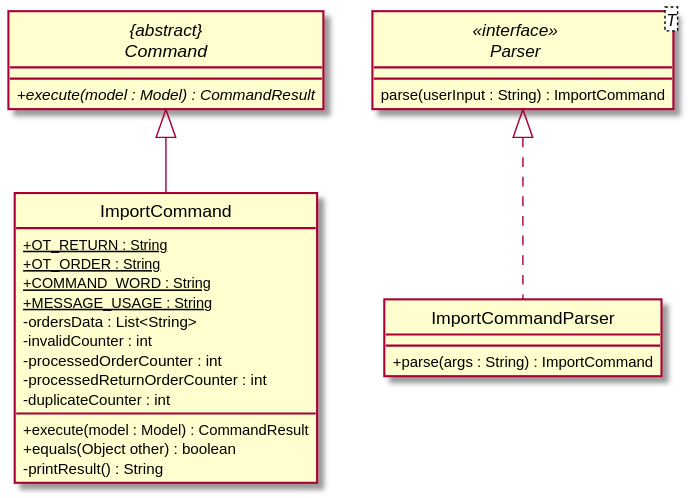
Above: docs/images/ImportClassDiagram.svg in nus-cs2103-AY1920S2/addressbook-level3 (PlantUML), before the change. Its diagram source:
```plantuml
@startuml
skinparam backgroundColor #ffffff
skinparam classAttributeIconSize 0
hide circle

class ImportCommandParser implements Parser {
    + parse(args : String) : ImportCommand
}

interface Parser<T> <<interface>> {
    parse(userInput : String) : ImportCommand
}

abstract class "{abstract}\nCommand" {
    + {abstract} execute(model : Model) : CommandResult
}

class ImportCommand {
    + {static} OT_RETURN : String
    + {static} OT_ORDER : String
    + {static} COMMAND_WORD : String
    + {static} MESSAGE_USAGE : String
    - ordersData : List<String>
    - invalidCounter : int
    - processedOrderCounter : int
    - processedReturnOrderCounter : int
    - duplicateCounter : int

    + execute(model : Model) : CommandResult
    + equals(Object other) : boolean
    - printResult() : String
}
ImportCommand --up|> "{abstract}\nCommand"
@enduml
```
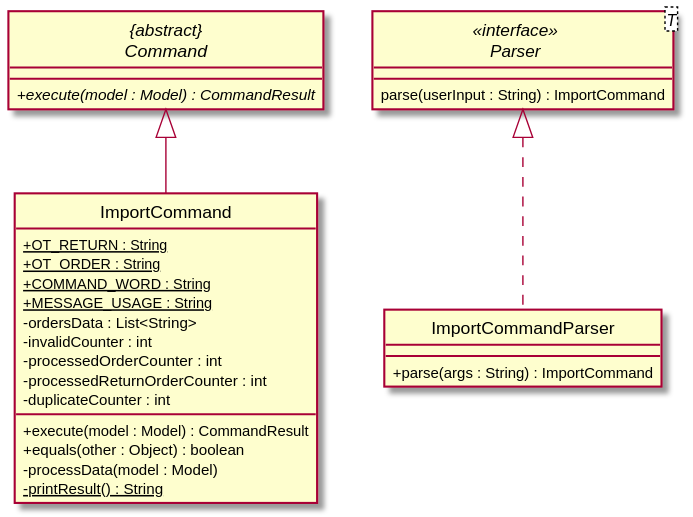
After the change.

Diff of the diagram source:
```diff
@@ -27,8 +27,9 @@
     - duplicateCounter : int
 
     + execute(model : Model) : CommandResult
-    + equals(Object other) : boolean
-    - printResult() : String
+    + equals(other : Object) : boolean
+    - processData(model : Model)
+    - {static} printResult() : String
 }
 ImportCommand --up|> "{abstract}\nCommand"
 @enduml
```
